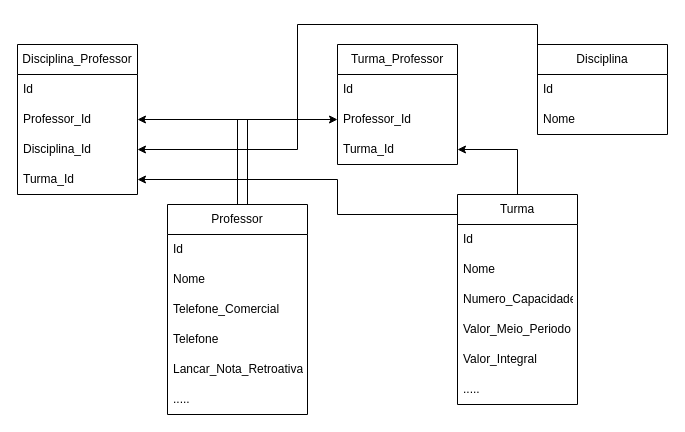
The draw.io diagram Class.drawio in senior-arch/Diagram_Of_Class, before the edit. Source tidied: cells renumbered, new cells numbered last; positions are measured from the earlier drawing's top-left corner, leaving out a move shared by most shapes. Both pictures are drawn from the tidied source at 100%, with x=0, y=0 at pixel (17, 24).
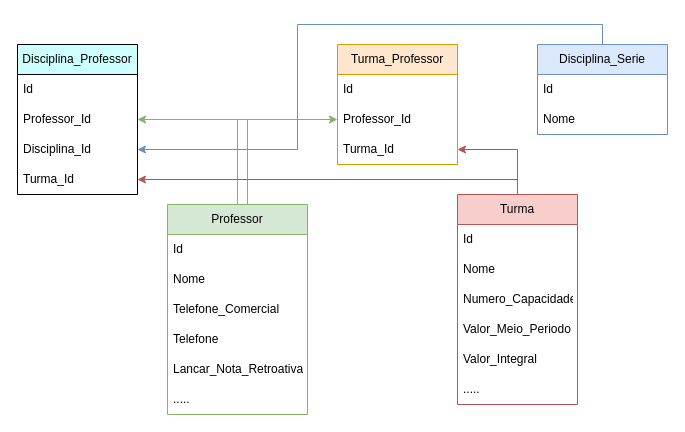
The same page after the edit.

The change refers to these unchanged cells:
```xml
<mxCell id="5" value="Disciplina_Id" style="text;strokeColor=none;fillColor=none;align=left;verticalAlign=middle;spacingLeft=4;spacingRight=4;overflow=hidden;points=[[0,0.5],[1,0.5]];portConstraint=eastwest;whiteSpace=wrap;html=1;" parent="2" vertex="1">
  <mxGeometry y="90" width="120" height="30" as="geometry" />
</mxCell>
<mxCell id="6" value="Turma_Id" style="text;strokeColor=none;fillColor=none;align=left;verticalAlign=middle;spacingLeft=4;spacingRight=4;overflow=hidden;points=[[0,0.5],[1,0.5]];portConstraint=eastwest;whiteSpace=wrap;html=1;" parent="2" vertex="1">
  <mxGeometry y="120" width="120" height="30" as="geometry" />
</mxCell>
<mxCell id="9" value="Professor_Id" style="text;strokeColor=none;fillColor=none;align=left;verticalAlign=middle;spacingLeft=4;spacingRight=4;overflow=hidden;points=[[0,0.5],[1,0.5]];portConstraint=eastwest;whiteSpace=wrap;html=1;" parent="7" vertex="1">
  <mxGeometry y="60" width="120" height="30" as="geometry" />
</mxCell>
<mxCell id="10" value="Turma_Id" style="text;strokeColor=none;fillColor=none;align=left;verticalAlign=middle;spacingLeft=4;spacingRight=4;overflow=hidden;points=[[0,0.5],[1,0.5]];portConstraint=eastwest;whiteSpace=wrap;html=1;" parent="7" vertex="1">
  <mxGeometry y="90" width="120" height="30" as="geometry" />
</mxCell>
<mxCell id="30" value="Id" style="text;strokeColor=none;fillColor=none;align=left;verticalAlign=middle;spacingLeft=4;spacingRight=4;overflow=hidden;points=[[0,0.5],[1,0.5]];portConstraint=eastwest;whiteSpace=wrap;html=1;" parent="29" vertex="1">
  <mxGeometry y="30" width="130" height="30" as="geometry" />
</mxCell>
```

What changed in the source:
```diff
@@
-    <mxCell id="2" value="Disciplina_Professor" style="swimlane;fontStyle=0;horizontal=1;startSize=30;whiteSpace=wrap;html=1;" parent="1" vertex="1">
+    <mxCell id="2" value="Disciplina_Professor" style="swimlane;fontStyle=0;horizontal=1;startSize=30;whiteSpace=wrap;html=1;fillColor=#ceffff;" parent="1" vertex="1">
       <mxGeometry y="20" width="120" height="150" as="geometry" />
     </mxCell>
@@
-    <mxCell id="7" value="Turma_Professor" style="swimlane;fontStyle=0;horizontal=1;startSize=30;whiteSpace=wrap;html=1;" parent="1" vertex="1">
+    <mxCell id="7" value="Turma_Professor" style="swimlane;fontStyle=0;horizontal=1;startSize=30;whiteSpace=wrap;html=1;fillColor=#ffe6cc;strokeColor=#d79b00;" parent="1" vertex="1">
       <mxGeometry x="320" y="20" width="120" height="120" as="geometry" />
     </mxCell>
@@
-    <mxCell id="11" style="edgeStyle=orthogonalEdgeStyle;rounded=0;jettySize=auto;html=1;exitX=0.5;exitY=0;exitDx=0;exitDy=0;entryX=1;entryY=0.5;entryDx=0;entryDy=0;" parent="1" edge="1" source="13" target="2">
+    <mxCell id="11" style="edgeStyle=orthogonalEdgeStyle;rounded=0;jettySize=auto;html=1;exitX=0.5;exitY=0;exitDx=0;exitDy=0;entryX=1;entryY=0.5;entryDx=0;entryDy=0;fillColor=#d5e8d4;strokeColor=#82b366;" parent="1" edge="1" source="13" target="2">
       <mxGeometry relative="1" as="geometry">
         <Array as="points">
           <mxPoint x="230" y="95" />
         </Array>
       </mxGeometry>
     </mxCell>
-    <mxCell id="12" style="edgeStyle=orthogonalEdgeStyle;rounded=0;jettySize=auto;html=1;entryX=0;entryY=0.5;entryDx=0;entryDy=0;" parent="1" edge="1" source="13" target="9">
+    <mxCell id="12" style="edgeStyle=orthogonalEdgeStyle;rounded=0;jettySize=auto;html=1;entryX=0;entryY=0.5;entryDx=0;entryDy=0;fillColor=#d5e8d4;strokeColor=#82b366;" parent="1" edge="1" source="13" target="9">
       <mxGeometry relative="1" as="geometry" />
     </mxCell>
-    <mxCell id="13" value="Professor" style="swimlane;fontStyle=0;horizontal=1;startSize=30;whiteSpace=wrap;html=1;" parent="1" vertex="1">
+    <mxCell id="13" value="Professor" style="swimlane;fontStyle=0;horizontal=1;startSize=30;whiteSpace=wrap;html=1;fillColor=#d5e8d4;strokeColor=#82b366;" parent="1" vertex="1">
       <mxGeometry x="150" y="180" width="140" height="210" as="geometry" />
     </mxCell>
@@
-    <mxCell id="20" style="edgeStyle=orthogonalEdgeStyle;rounded=0;jettySize=auto;html=1;" parent="1" edge="1" source="22" target="10">
+    <mxCell id="20" style="edgeStyle=orthogonalEdgeStyle;rounded=0;jettySize=auto;html=1;fillColor=#f8cecc;strokeColor=#b85450;" parent="1" edge="1" source="22" target="10">
       <mxGeometry relative="1" as="geometry" />
     </mxCell>
-    <mxCell id="21" style="edgeStyle=orthogonalEdgeStyle;rounded=0;jettySize=auto;html=1;" parent="1" edge="1" source="22" target="6">
+    <mxCell id="21" style="edgeStyle=orthogonalEdgeStyle;rounded=0;jettySize=auto;html=1;fillColor=#f8cecc;strokeColor=#b85450;" parent="1" edge="1" source="22" target="6">
       <mxGeometry relative="1" as="geometry">
         <Array as="points">
-          <mxPoint x="320" y="190" />
-          <mxPoint x="320" y="155" />
+          <mxPoint x="500" y="155" />
         </Array>
       </mxGeometry>
     </mxCell>
-    <mxCell id="22" value="Turma" style="swimlane;fontStyle=0;horizontal=1;startSize=30;whiteSpace=wrap;html=1;" parent="1" vertex="1">
+    <mxCell id="22" value="Turma" style="swimlane;fontStyle=0;horizontal=1;startSize=30;whiteSpace=wrap;html=1;fillColor=#f8cecc;strokeColor=#b85450;" parent="1" vertex="1">
       <mxGeometry x="440" y="170" width="120" height="210" as="geometry" />
     </mxCell>
@@
-    <mxCell id="29" value="Disciplina" style="swimlane;fontStyle=0;horizontal=1;startSize=30;whiteSpace=wrap;html=1;" parent="1" vertex="1">
+    <mxCell id="29" value="Disciplina_Serie" style="swimlane;fontStyle=0;horizontal=1;startSize=30;whiteSpace=wrap;html=1;fillColor=#dae8fc;strokeColor=#6c8ebf;" parent="1" vertex="1">
       <mxGeometry x="520" y="20" width="130" height="90" as="geometry" />
     </mxCell>
@@
-    <mxCell id="32" style="edgeStyle=orthogonalEdgeStyle;rounded=0;jettySize=auto;html=1;exitX=0;exitY=0.5;exitDx=0;exitDy=0;entryX=1;entryY=0.5;entryDx=0;entryDy=0;" parent="1" edge="1" source="30" target="5">
+    <mxCell id="32" style="edgeStyle=orthogonalEdgeStyle;rounded=0;jettySize=auto;html=1;exitX=0.5;exitY=0;exitDx=0;exitDy=0;entryX=1;entryY=0.5;entryDx=0;entryDy=0;fillColor=#dae8fc;strokeColor=#6c8ebf;" parent="1" edge="1" source="29" target="5">
       <mxGeometry relative="1" as="geometry">
         <Array as="points">
-          <mxPoint x="520" />
+          <mxPoint x="585" />
           <mxPoint x="280" />
           <mxPoint x="280" y="125" />
         </Array>
       </mxGeometry>
     </mxCell>
```
